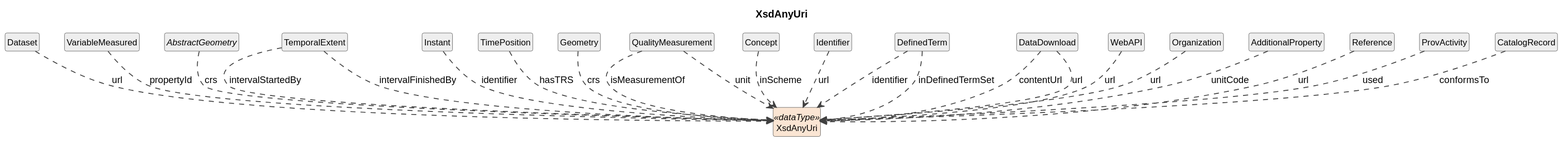
Above: cdif-uml-model/_plantuml/cdifDiscovery/DataTypes/XsdAnyUri.svg in Cross-Domain-Interoperability-Framework/metadataBuildingBlocks (PlantUML), before the change. Source of this version:
```plantuml
@startuml
title XsdAnyUri
hide circle
hide empty members
skinparam shadowing false
skinparam ArrowThickness 1.2
skinparam class {
  ArrowColor #404040
  BorderColor #404040
  FontSize 12
}

class "XsdAnyUri" as XsdAnyUri <<dataType>> #FAE5D3
class "Dataset" as Dataset #EEEEEE
Dataset ..> XsdAnyUri : url
class "VariableMeasured" as VariableMeasured #EEEEEE
VariableMeasured ..> XsdAnyUri : propertyId
abstract class "AbstractGeometry" as AbstractGeometry #EEEEEE
AbstractGeometry ..> XsdAnyUri : crs
class "TemporalExtent" as TemporalExtent #EEEEEE
TemporalExtent ..> XsdAnyUri : intervalStartedBy
TemporalExtent ..> XsdAnyUri : intervalFinishedBy
class "Instant" as Instant #EEEEEE
Instant ..> XsdAnyUri : identifier
class "TimePosition" as TimePosition #EEEEEE
TimePosition ..> XsdAnyUri : hasTRS
class "Geometry" as Geometry #EEEEEE
Geometry ..> XsdAnyUri : crs
class "QualityMeasurement" as QualityMeasurement #EEEEEE
QualityMeasurement ..> XsdAnyUri : isMeasurementOf
QualityMeasurement ..> XsdAnyUri : unit
class "Concept" as Concept #EEEEEE
Concept ..> XsdAnyUri : inScheme
class "Identifier" as Identifier #EEEEEE
Identifier ..> XsdAnyUri : url
class "DefinedTerm" as DefinedTerm #EEEEEE
DefinedTerm ..> XsdAnyUri : identifier
DefinedTerm ..> XsdAnyUri : inDefinedTermSet
class "DataDownload" as DataDownload #EEEEEE
DataDownload ..> XsdAnyUri : contentUrl
DataDownload ..> XsdAnyUri : url
class "WebAPI" as WebAPI #EEEEEE
WebAPI ..> XsdAnyUri : url
class "Organization" as Organization #EEEEEE
Organization ..> XsdAnyUri : url
class "AdditionalProperty" as AdditionalProperty #EEEEEE
AdditionalProperty ..> XsdAnyUri : unitCode
class "Reference" as Reference #EEEEEE
Reference ..> XsdAnyUri : url
class "ProvActivity" as ProvActivity #EEEEEE
ProvActivity ..> XsdAnyUri : used
class "CatalogRecord" as CatalogRecord #EEEEEE
CatalogRecord ..> XsdAnyUri : conformsTo
@enduml
```
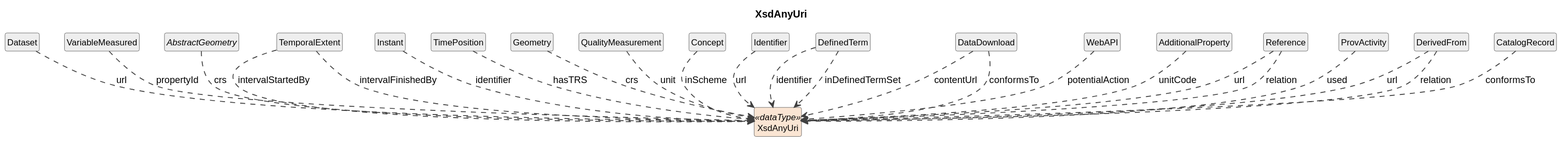
After the commit.

The edit, as a diff of the source:
```diff
@@ -27,7 +27,6 @@
 class "Geometry" as Geometry #EEEEEE
 Geometry ..> XsdAnyUri : crs
 class "QualityMeasurement" as QualityMeasurement #EEEEEE
-QualityMeasurement ..> XsdAnyUri : isMeasurementOf
 QualityMeasurement ..> XsdAnyUri : unit
 class "Concept" as Concept #EEEEEE
 Concept ..> XsdAnyUri : inScheme
@@ -38,17 +37,19 @@
 DefinedTerm ..> XsdAnyUri : inDefinedTermSet
 class "DataDownload" as DataDownload #EEEEEE
 DataDownload ..> XsdAnyUri : contentUrl
-DataDownload ..> XsdAnyUri : url
+DataDownload ..> XsdAnyUri : conformsTo
 class "WebAPI" as WebAPI #EEEEEE
-WebAPI ..> XsdAnyUri : url
-class "Organization" as Organization #EEEEEE
-Organization ..> XsdAnyUri : url
+WebAPI ..> XsdAnyUri : potentialAction
 class "AdditionalProperty" as AdditionalProperty #EEEEEE
 AdditionalProperty ..> XsdAnyUri : unitCode
 class "Reference" as Reference #EEEEEE
 Reference ..> XsdAnyUri : url
+Reference ..> XsdAnyUri : relation
 class "ProvActivity" as ProvActivity #EEEEEE
 ProvActivity ..> XsdAnyUri : used
+class "DerivedFrom" as DerivedFrom #EEEEEE
+DerivedFrom ..> XsdAnyUri : url
+DerivedFrom ..> XsdAnyUri : relation
 class "CatalogRecord" as CatalogRecord #EEEEEE
 CatalogRecord ..> XsdAnyUri : conformsTo
 @enduml
```
